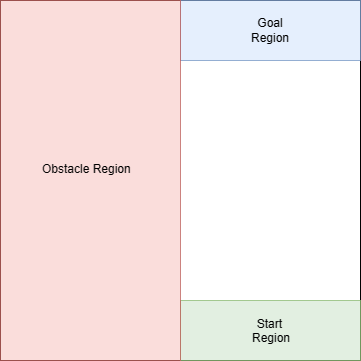
Earlier version of the draw.io export scenarios/left.png (ethanmclark1/conav_suite). Source tidied: cells renumbered, new cells last; positions are measured from the earlier drawing's top-left corner, leaving out a move shared by most shapes.
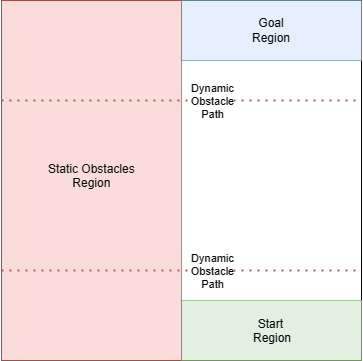
The same file after the commit.

The edit, as a diff of the source:
```diff
@@ -20,8 +20,27 @@
     <mxCell id="7" value="&lt;div style=&quot;text-align: center;&quot;&gt;&lt;span style=&quot;background-color: initial;&quot;&gt;Start&amp;nbsp;&lt;/span&gt;&lt;/div&gt;&lt;div style=&quot;text-align: center;&quot;&gt;&lt;span style=&quot;background-color: initial;&quot;&gt;Region&lt;/span&gt;&lt;/div&gt;" style="text;whiteSpace=wrap;html=1;" parent="1" vertex="1">
       <mxGeometry x="250" y="310" width="40" height="50" as="geometry" />
     </mxCell>
-    <mxCell id="8" value="&lt;div style=&quot;text-align: center;&quot;&gt;Obstacle Region&lt;/div&gt;" style="text;whiteSpace=wrap;html=1;" parent="1" vertex="1">
-      <mxGeometry x="40" y="155" width="100" height="50" as="geometry" />
+    <mxCell id="8" value="&lt;div style=&quot;text-align: center;&quot;&gt;Static Obstacles&lt;/div&gt;&lt;div style=&quot;text-align: center;&quot;&gt;Region&lt;/div&gt;" style="text;whiteSpace=wrap;html=1;" parent="1" vertex="1">
+      <mxGeometry x="45" y="155" width="90" height="50" as="geometry" />
     </mxCell>
+    <mxCell id="9" style="endArrow=none;dashed=1;html=1;dashPattern=1 3;strokeWidth=2;rounded=0;entryX=1;entryY=0.75;entryDx=0;entryDy=0;exitX=0;exitY=0.75;exitDx=0;exitDy=0;fillColor=#f8cecc;strokeColor=#b85450;" parent="1" edge="1" source="5" target="2">
+      <mxGeometry relative="1" as="geometry" />
+    </mxCell>
+    <mxCell id="10" value="Dynamic &lt;br&gt;Obstacle&lt;br&gt;Path" style="edgeLabel;html=1;align=center;verticalAlign=middle;" parent="9" vertex="1">
+      <mxGeometry x="0.13" y="-4" relative="1" as="geometry">
+        <mxPoint x="7" y="-4" as="offset" />
+      </mxGeometry>
+    </mxCell>
+    <mxCell id="11" style="endArrow=none;dashed=1;html=1;dashPattern=1 3;strokeWidth=2;rounded=0;entryX=1;entryY=0.75;entryDx=0;entryDy=0;exitX=0;exitY=0.75;exitDx=0;exitDy=0;fillColor=#f8cecc;strokeColor=#b85450;" parent="1" edge="1">
+      <mxGeometry relative="1" as="geometry">
+        <mxPoint y="100" as="sourcePoint" />
+        <mxPoint x="360" y="100" as="targetPoint" />
+      </mxGeometry>
+    </mxCell>
+    <mxCell id="12" value="Dynamic &lt;br&gt;Obstacle&lt;br&gt;Path" style="edgeLabel;html=1;align=center;verticalAlign=middle;" parent="11" vertex="1">
+      <mxGeometry x="0.13" y="-4" relative="1" as="geometry">
+        <mxPoint x="7" y="-4" as="offset" />
+      </mxGeometry>
+    </mxCell>
   </root>
 </mxGraphModel>
```
